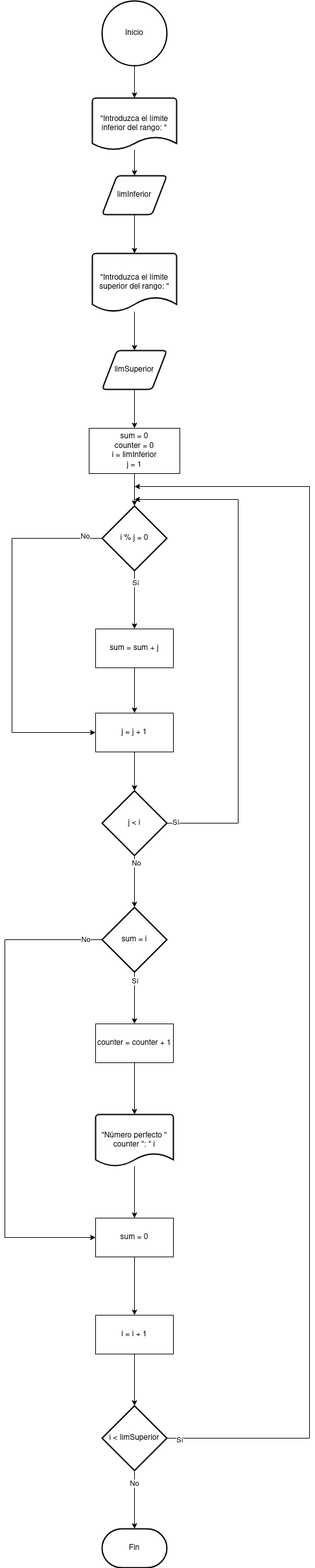
Earlier version of the draw.io export unidad-1/tareas/Tarea2/images/diagrama-tarea2.png (mackstm/programacion). Source tidied: cells renumbered, new cells last; positions are measured from the earlier drawing's top-left corner, leaving out a move shared by most shapes.
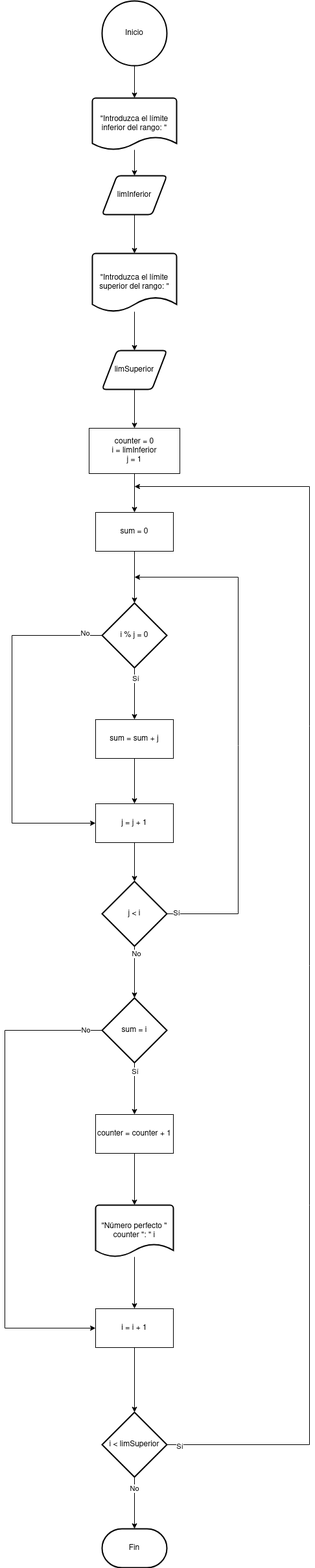
The same diagram one commit later.

Diff of the diagram source:
```diff
@@ -32,17 +32,17 @@
     <mxCell id="11" style="edgeStyle=orthogonalEdgeStyle;rounded=0;jettySize=auto;html=1;entryX=0.5;entryY=0;entryDx=0;entryDy=0;entryPerimeter=0;" parent="1" edge="1" source="5" target="7">
       <mxGeometry relative="1" as="geometry" />
     </mxCell>
+    <mxCell id="47" style="edgeStyle=orthogonalEdgeStyle;rounded=0;jettySize=auto;html=1;entryX=0.5;entryY=0;entryDx=0;entryDy=0;" parent="1" edge="1" source="12" target="38">
+      <mxGeometry relative="1" as="geometry" />
+    </mxCell>
-    <mxCell id="12" value="&lt;div&gt;sum = 0&lt;/div&gt;&lt;div&gt;counter = 0&lt;/div&gt;&lt;div&gt;i = limInferior&lt;/div&gt;&lt;div&gt;j = 1&lt;br&gt;&lt;/div&gt;" style="rounded=0;whiteSpace=wrap;html=1;" parent="1" vertex="1">
+    <mxCell id="12" value="&lt;div&gt;counter = 0&lt;/div&gt;&lt;div&gt;i = limInferior&lt;/div&gt;&lt;div&gt;j = 1&lt;br&gt;&lt;/div&gt;" style="rounded=0;whiteSpace=wrap;html=1;" parent="1" vertex="1">
       <mxGeometry x="130" y="660" width="140" height="70" as="geometry" />
     </mxCell>
-    <mxCell id="13" style="edgeStyle=orthogonalEdgeStyle;rounded=0;jettySize=auto;html=1;" parent="1" edge="1" source="12" target="18">
-      <mxGeometry relative="1" as="geometry" />
-    </mxCell>
     <mxCell id="14" style="edgeStyle=orthogonalEdgeStyle;rounded=0;jettySize=auto;html=1;exitX=0;exitY=0.5;exitDx=0;exitDy=0;exitPerimeter=0;entryX=0;entryY=0.5;entryDx=0;entryDy=0;" parent="1" edge="1" source="18" target="19">
       <mxGeometry relative="1" as="geometry">
         <Array as="points">
-          <mxPoint x="11" y="830" />
-          <mxPoint x="11" y="1130" />
+          <mxPoint x="11" y="980" />
+          <mxPoint x="11" y="1270" />
         </Array>
       </mxGeometry>
     </mxCell>
@@ -56,16 +56,16 @@
       <mxGeometry x="-0.6" y="1" relative="1" as="geometry" />
     </mxCell>
     <mxCell id="18" value="i % j = 0" style="strokeWidth=2;html=1;shape=mxgraph.flowchart.decision;whiteSpace=wrap;" parent="1" vertex="1">
-      <mxGeometry x="150" y="780" width="100" height="100" as="geometry" />
+      <mxGeometry x="150" y="930" width="100" height="100" as="geometry" />
     </mxCell>
     <mxCell id="19" value="j = j + 1" style="rounded=0;whiteSpace=wrap;html=1;" parent="1" vertex="1">
-      <mxGeometry x="140" y="1100" width="120" height="60" as="geometry" />
+      <mxGeometry x="140" y="1240" width="120" height="60" as="geometry" />
     </mxCell>
     <mxCell id="20" style="edgeStyle=orthogonalEdgeStyle;rounded=0;jettySize=auto;html=1;entryX=0.5;entryY=0;entryDx=0;entryDy=0;" parent="1" edge="1" source="21" target="19">
       <mxGeometry relative="1" as="geometry" />
     </mxCell>
     <mxCell id="21" value="sum = sum + j" style="rounded=0;whiteSpace=wrap;html=1;" parent="1" vertex="1">
-      <mxGeometry x="140" y="970" width="120" height="60" as="geometry" />
+      <mxGeometry x="140" y="1110" width="120" height="60" as="geometry" />
     </mxCell>
     <mxCell id="22" style="edgeStyle=orthogonalEdgeStyle;rounded=0;jettySize=auto;html=1;" parent="1" edge="1" source="24" target="32">
       <mxGeometry relative="1" as="geometry" />
@@ -74,28 +74,28 @@
       <mxGeometry x="-0.73" y="2" relative="1" as="geometry" />
     </mxCell>
     <mxCell id="24" value="j &amp;lt; i" style="strokeWidth=2;html=1;shape=mxgraph.flowchart.decision;whiteSpace=wrap;" parent="1" vertex="1">
-      <mxGeometry x="150" y="1220" width="100" height="100" as="geometry" />
+      <mxGeometry x="150" y="1360" width="100" height="100" as="geometry" />
     </mxCell>
     <mxCell id="25" style="edgeStyle=orthogonalEdgeStyle;rounded=0;jettySize=auto;html=1;entryX=0.5;entryY=0;entryDx=0;entryDy=0;entryPerimeter=0;" parent="1" edge="1" source="19" target="24">
       <mxGeometry relative="1" as="geometry" />
     </mxCell>
-    <mxCell id="26" style="edgeStyle=orthogonalEdgeStyle;rounded=0;jettySize=auto;html=1;" parent="1" edge="1" source="24">
+    <mxCell id="26" style="edgeStyle=orthogonalEdgeStyle;rounded=0;jettySize=auto;html=1;exitX=1;exitY=0.5;exitDx=0;exitDy=0;exitPerimeter=0;" parent="1" edge="1" source="24">
       <mxGeometry relative="1" as="geometry">
-        <mxPoint x="200" y="770" as="targetPoint" />
+        <mxPoint x="200" y="890" as="targetPoint" />
         <Array as="points">
-          <mxPoint x="360" y="1270" />
-          <mxPoint x="360" y="770" />
+          <mxPoint x="360" y="1410" />
+          <mxPoint x="360" y="890" />
         </Array>
       </mxGeometry>
     </mxCell>
     <mxCell id="27" value="Sí" style="edgeLabel;html=1;align=center;verticalAlign=middle;" parent="26" vertex="1">
       <mxGeometry x="-0.97" y="2" relative="1" as="geometry" />
     </mxCell>
-    <mxCell id="28" style="edgeStyle=orthogonalEdgeStyle;rounded=0;jettySize=auto;html=1;entryX=0;entryY=0.5;entryDx=0;entryDy=0;" parent="1" edge="1" source="32" target="38">
+    <mxCell id="28" style="edgeStyle=orthogonalEdgeStyle;rounded=0;jettySize=auto;html=1;entryX=0;entryY=0.5;entryDx=0;entryDy=0;" parent="1" edge="1" source="32" target="45">
       <mxGeometry relative="1" as="geometry">
         <Array as="points">
-          <mxPoint y="1450" />
-          <mxPoint y="1910" />
+          <mxPoint y="1590" />
+          <mxPoint y="2050" />
         </Array>
       </mxGeometry>
     </mxCell>
@@ -109,31 +109,25 @@
       <mxGeometry x="-0.68" relative="1" as="geometry" />
     </mxCell>
     <mxCell id="32" value="sum = i" style="strokeWidth=2;html=1;shape=mxgraph.flowchart.decision;whiteSpace=wrap;" parent="1" vertex="1">
-      <mxGeometry x="150" y="1400" width="100" height="100" as="geometry" />
+      <mxGeometry x="150" y="1540" width="100" height="100" as="geometry" />
     </mxCell>
     <mxCell id="33" value="counter = counter + 1" style="rounded=0;whiteSpace=wrap;html=1;" parent="1" vertex="1">
-      <mxGeometry x="140" y="1580" width="120" height="60" as="geometry" />
+      <mxGeometry x="140" y="1720" width="120" height="60" as="geometry" />
     </mxCell>
-    <mxCell id="34" style="edgeStyle=orthogonalEdgeStyle;rounded=0;jettySize=auto;html=1;" parent="1" edge="1" source="35" target="38">
+    <mxCell id="34" style="edgeStyle=orthogonalEdgeStyle;rounded=0;jettySize=auto;html=1;entryX=0.5;entryY=0;entryDx=0;entryDy=0;" parent="1" edge="1" source="35" target="45">
       <mxGeometry relative="1" as="geometry" />
     </mxCell>
     <mxCell id="35" value="&quot;Número perfecto &quot; counter &quot;: &quot; i" style="strokeWidth=2;html=1;shape=mxgraph.flowchart.document2;whiteSpace=wrap;size=0.25;" parent="1" vertex="1">
-      <mxGeometry x="140" y="1720" width="120" height="80" as="geometry" />
+      <mxGeometry x="140" y="1860" width="120" height="80" as="geometry" />
     </mxCell>
     <mxCell id="36" style="edgeStyle=orthogonalEdgeStyle;rounded=0;jettySize=auto;html=1;entryX=0.5;entryY=0;entryDx=0;entryDy=0;entryPerimeter=0;" parent="1" edge="1" source="33" target="35">
       <mxGeometry relative="1" as="geometry" />
     </mxCell>
-    <mxCell id="37" style="edgeStyle=orthogonalEdgeStyle;rounded=0;jettySize=auto;html=1;entryX=0.5;entryY=0;entryDx=0;entryDy=0;" parent="1" edge="1" source="38" target="45">
-      <mxGeometry relative="1" as="geometry" />
-    </mxCell>
-    <mxCell id="38" value="sum = 0" style="rounded=0;whiteSpace=wrap;html=1;" parent="1" vertex="1">
-      <mxGeometry x="140" y="1880" width="120" height="60" as="geometry" />
-    </mxCell>
     <mxCell id="39" style="edgeStyle=orthogonalEdgeStyle;rounded=0;jettySize=auto;html=1;exitX=1;exitY=0.5;exitDx=0;exitDy=0;exitPerimeter=0;" parent="1" edge="1" source="41">
       <mxGeometry relative="1" as="geometry">
         <mxPoint x="200" y="750" as="targetPoint" />
         <Array as="points">
-          <mxPoint x="470" y="2220" />
+          <mxPoint x="470" y="2230" />
           <mxPoint x="470" y="750" />
         </Array>
       </mxGeometry>
@@ -142,7 +136,7 @@
       <mxGeometry x="-0.98" y="-2" relative="1" as="geometry" />
     </mxCell>
     <mxCell id="41" value="i &amp;lt; limSuperior" style="strokeWidth=2;html=1;shape=mxgraph.flowchart.decision;whiteSpace=wrap;" parent="1" vertex="1">
-      <mxGeometry x="150" y="2170" width="100" height="100" as="geometry" />
+      <mxGeometry x="150" y="2180" width="100" height="100" as="geometry" />
     </mxCell>
     <mxCell id="42" value="Fin" style="strokeWidth=2;html=1;shape=mxgraph.flowchart.terminator;whiteSpace=wrap;" parent="1" vertex="1">
       <mxGeometry x="150" y="2360" width="100" height="60" as="geometry" />
@@ -154,10 +148,16 @@
       <mxGeometry x="-0.57" y="-1" relative="1" as="geometry" />
     </mxCell>
     <mxCell id="45" value="i = i + 1" style="rounded=0;whiteSpace=wrap;html=1;" parent="1" vertex="1">
-      <mxGeometry x="140" y="2030" width="120" height="60" as="geometry" />
+      <mxGeometry x="140" y="2020" width="120" height="60" as="geometry" />
     </mxCell>
     <mxCell id="46" style="edgeStyle=orthogonalEdgeStyle;rounded=0;jettySize=auto;html=1;entryX=0.5;entryY=0;entryDx=0;entryDy=0;entryPerimeter=0;" parent="1" edge="1" source="45" target="41">
       <mxGeometry relative="1" as="geometry" />
     </mxCell>
+    <mxCell id="38" value="sum = 0" style="rounded=0;whiteSpace=wrap;html=1;" parent="1" vertex="1">
+      <mxGeometry x="140" y="790" width="120" height="60" as="geometry" />
+    </mxCell>
+    <mxCell id="48" style="edgeStyle=orthogonalEdgeStyle;rounded=0;jettySize=auto;html=1;entryX=0.5;entryY=0;entryDx=0;entryDy=0;entryPerimeter=0;" parent="1" edge="1" source="38" target="18">
+      <mxGeometry relative="1" as="geometry" />
+    </mxCell>
   </root>
 </mxGraphModel>
```
